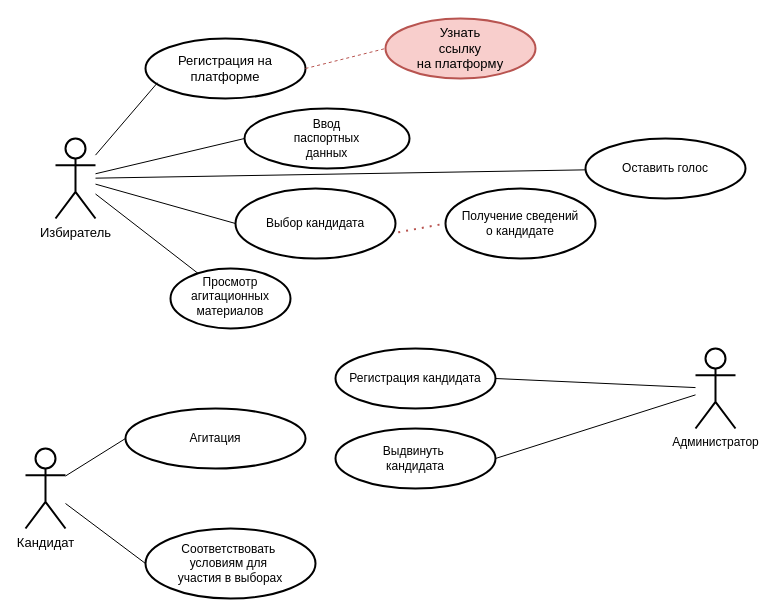
Earlier version of the draw.io diagram use case.drawio (aleksey899/Inter.MixAN). Source tidied: cells renumbered, new cells numbered last; positions are measured from the earlier drawing's top-left corner, leaving out a move shared by most shapes. Both pictures are drawn from the tidied source at 100%, with x=0, y=0 at pixel (25, 18).
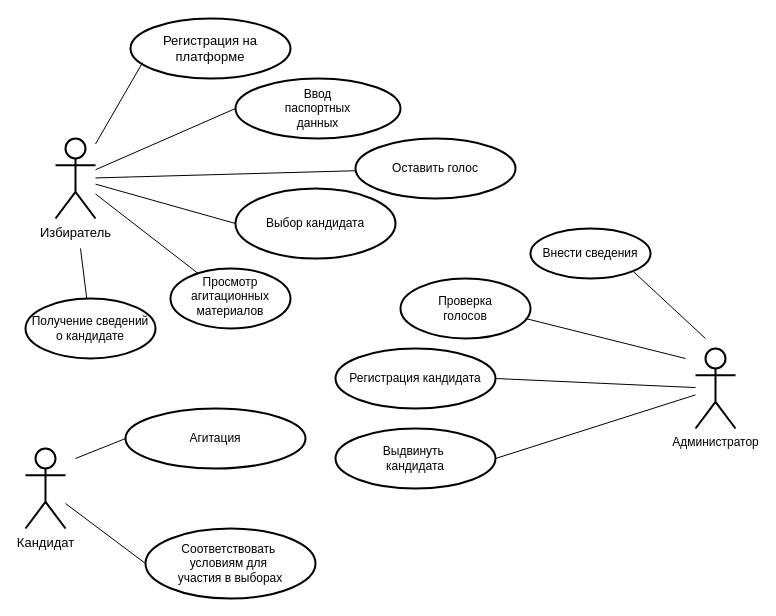
The same page after the edit.

Unchanged cells that the change refers to:
```xml
<mxCell id="5" value="&lt;font style=&quot;font-size: 13px&quot;&gt;Кандидат&lt;/font&gt;" style="shape=umlActor;verticalLabelPosition=bottom;verticalAlign=top;html=1;outlineConnect=0;strokeWidth=2;" parent="1" vertex="1">
  <mxGeometry y="430" width="40" height="80" as="geometry" />
</mxCell>
<mxCell id="10" value="Выбор кандидата" style="ellipse;whiteSpace=wrap;html=1;strokeWidth=2;" parent="1" vertex="1">
  <mxGeometry x="210" y="170" width="160" height="70" as="geometry" />
</mxCell>
<mxCell id="22" value="Агитация" style="ellipse;whiteSpace=wrap;html=1;strokeWidth=2;" parent="1" vertex="1">
  <mxGeometry x="100" y="390" width="180" height="60" as="geometry" />
</mxCell>
```

What changed in the source:
```diff
@@
     <mxCell id="6" value="&lt;font style=&quot;font-size: 13px&quot;&gt;Регистрация на&lt;br&gt;платформе&lt;/font&gt;" style="ellipse;whiteSpace=wrap;html=1;strokeWidth=2;" parent="1" vertex="1">
-      <mxGeometry x="120" y="20" width="160" height="60" as="geometry" />
+      <mxGeometry x="105" width="160" height="60" as="geometry" />
     </mxCell>
-    <mxCell id="7" value="&lt;font style=&quot;font-size: 13px&quot;&gt;Узнать&lt;br&gt;&lt;font style=&quot;font-size: 13px&quot;&gt;ссылку&lt;br&gt; на платформу&lt;/font&gt;&lt;/font&gt;" style="ellipse;whiteSpace=wrap;html=1;strokeWidth=2;fillColor=#f8cecc;strokeColor=#b85450;" parent="1" vertex="1">
-      <mxGeometry x="360" width="150" height="60" as="geometry" />
-    </mxCell>
-    <mxCell id="8" style="endArrow=none;dashed=1;html=1;entryX=0;entryY=0.5;entryDx=0;entryDy=0;exitX=1;exitY=0.5;exitDx=0;exitDy=0;fillColor=#f8cecc;strokeColor=#b85450;" parent="1" edge="1" source="6" target="7">
-      <mxGeometry relative="1" as="geometry" />
-    </mxCell>
     <mxCell id="9" value="Ввод&lt;br&gt;&lt;font&gt;паспортных&lt;br&gt;&lt;/font&gt;&lt;font&gt;данных&lt;/font&gt;" style="ellipse;whiteSpace=wrap;html=1;strokeWidth=2;" parent="1" vertex="1">
-      <mxGeometry x="219" y="90" width="165" height="60" as="geometry" />
+      <mxGeometry x="210" y="60" width="165" height="60" as="geometry" />
     </mxCell>
@@
     <mxCell id="11" value="Оставить голос" style="ellipse;whiteSpace=wrap;html=1;strokeWidth=2;" parent="1" vertex="1">
-      <mxGeometry x="560" y="120" width="160" height="60" as="geometry" />
+      <mxGeometry x="330" y="120" width="160" height="60" as="geometry" />
     </mxCell>
@@
+    <mxCell id="27" style="edgeStyle=none;rounded=0;jettySize=auto;html=1;endArrow=none;endFill=0;" parent="1" edge="1" source="16">
+      <mxGeometry relative="1" as="geometry">
+        <mxPoint x="55" y="230" as="targetPoint" />
+      </mxGeometry>
+    </mxCell>
     <mxCell id="16" value="Получение сведений&lt;br&gt;&lt;font&gt;о кандидате&lt;/font&gt;" style="ellipse;whiteSpace=wrap;html=1;strokeWidth=2;" parent="1" vertex="1">
-      <mxGeometry x="420" y="170" width="150" height="70" as="geometry" />
+      <mxGeometry y="280" width="130" height="60" as="geometry" />
     </mxCell>
-    <mxCell id="17" style="endArrow=none;dashed=1;html=1;dashPattern=1 3;strokeWidth=2;exitX=1.017;exitY=0.626;exitDx=0;exitDy=0;exitPerimeter=0;entryX=0;entryY=0.5;entryDx=0;entryDy=0;fillColor=#f8cecc;strokeColor=#b85450;" parent="1" edge="1" source="10" target="16">
-      <mxGeometry relative="1" as="geometry" />
-    </mxCell>
@@
-    <mxCell id="23" style="endArrow=none;html=1;entryX=0;entryY=0.5;entryDx=0;entryDy=0;" parent="1" edge="1" source="5" target="22">
-      <mxGeometry relative="1" as="geometry" />
+    <mxCell id="23" style="endArrow=none;html=1;entryX=0;entryY=0.5;entryDx=0;entryDy=0;" parent="1" edge="1" target="22">
+      <mxGeometry relative="1" as="geometry">
+        <mxPoint x="50" y="440" as="sourcePoint" />
+      </mxGeometry>
     </mxCell>
@@
+    <mxCell id="28" value="Проверка&lt;br&gt;&lt;font&gt;голосов&lt;/font&gt;" style="ellipse;whiteSpace=wrap;html=1;strokeWidth=2;" parent="1" vertex="1">
+      <mxGeometry x="375" y="260" width="130" height="60" as="geometry" />
+    </mxCell>
+    <mxCell id="29" style="endArrow=none;html=1;rounded=0;endFill=0;" parent="1" edge="1">
+      <mxGeometry relative="1" as="geometry">
+        <mxPoint x="660" y="340" as="sourcePoint" />
+        <mxPoint x="500" y="300" as="targetPoint" />
+      </mxGeometry>
+    </mxCell>
+    <mxCell id="30" value="Внести сведения" style="ellipse;whiteSpace=wrap;html=1;strokeWidth=2;" parent="1" vertex="1">
+      <mxGeometry x="505" y="210" width="120" height="50" as="geometry" />
+    </mxCell>
+    <mxCell id="31" style="endArrow=none;html=1;rounded=0;entryX=1;entryY=1;entryDx=0;entryDy=0;endFill=0;" parent="1" edge="1" target="30">
+      <mxGeometry relative="1" as="geometry">
+        <mxPoint x="680" y="320" as="sourcePoint" />
+      </mxGeometry>
+    </mxCell>
```
